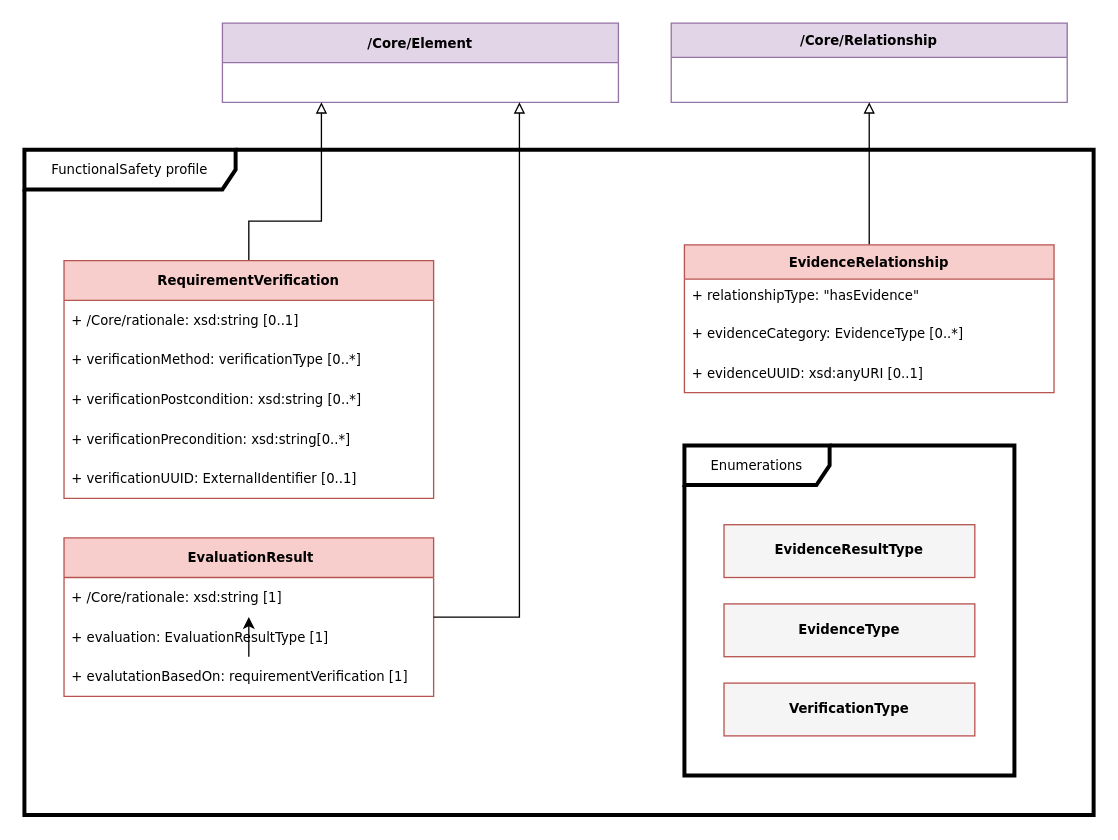
Above: page "FunctionalSafety" (13 of 13) of docs/model.drawio in spdx/spdx-3-model (draw.io), before the change. Source tidied: cells renumbered, new cells numbered last; positions are measured from the earlier drawing's top-left corner, leaving out a move shared by most shapes. Both pictures are drawn from the tidied source at 132%, with x=0, y=0 at pixel (24, 22).
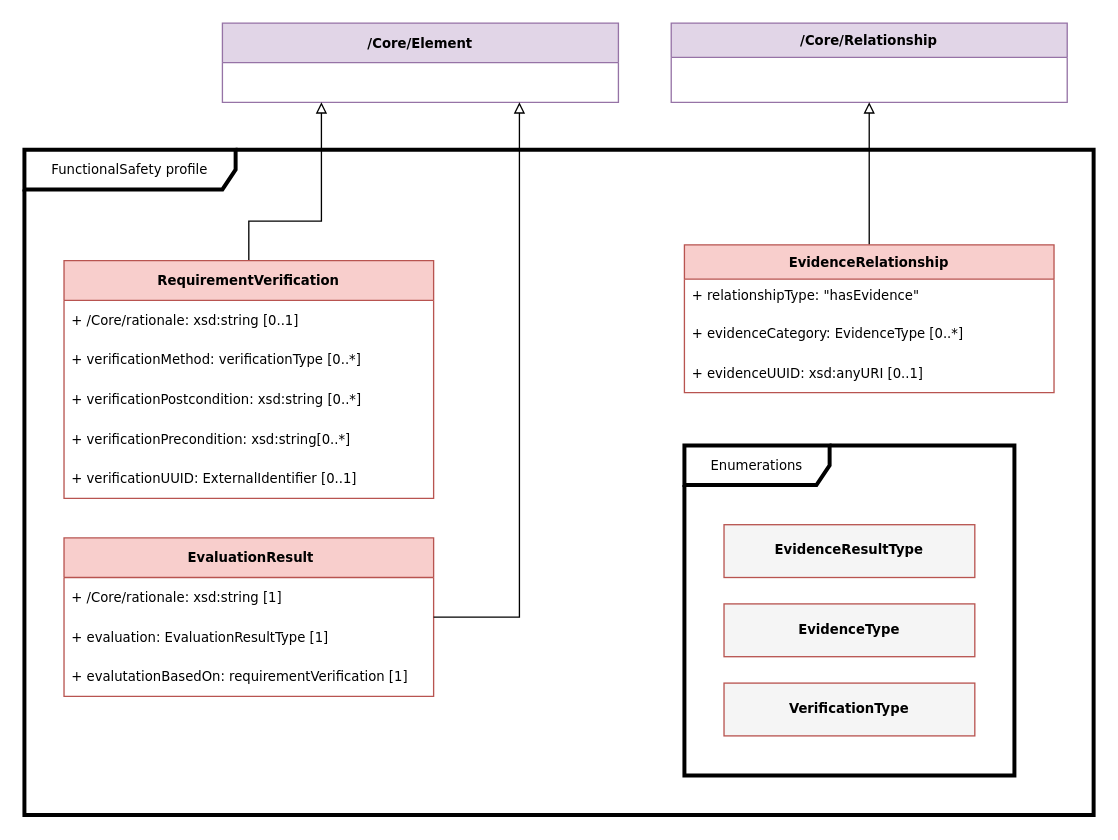
Above is the later version.

Commit message:
Remove an extra arrow in FuSa

The change refers to these unchanged cells:
```xml
<mxCell id="8" value="&lt;b&gt;&amp;nbsp;EvaluationResult&lt;/b&gt;" style="swimlane;fontStyle=0;horizontal=1;startSize=30;whiteSpace=wrap;html=1;fillColor=#f8cecc;strokeColor=#b85450;fontFamily=Verdana;fontSize=10;" parent="6" vertex="1">
  <mxGeometry x="30" y="294" width="280" height="120" as="geometry" />
</mxCell>
<mxCell id="9" value="+ /Core/rationale: xsd:string [1]&amp;nbsp;" style="text;strokeColor=none;fillColor=none;align=left;verticalAlign=middle;spacingLeft=4;spacingRight=4;overflow=hidden;points=[[0,0.5],[1,0.5]];portConstraint=eastwest;whiteSpace=wrap;html=1;fontSize=10;fontFamily=Verdana;" parent="8" vertex="1">
  <mxGeometry y="30" width="280" height="30" as="geometry" />
</mxCell>
<mxCell id="12" value="&lt;span style=&quot;color: rgb(0, 0, 0); font-style: normal; font-variant-ligatures: normal; font-variant-caps: normal; font-weight: 400; letter-spacing: normal; text-align: left; text-indent: 0px; text-transform: none; word-spacing: 0px; -webkit-text-stroke-width: 0px; white-space: normal; text-decoration-thickness: initial; text-decoration-style: initial; text-decoration-color: initial; float: none; display: inline !important;&quot;&gt;+ evalutationBasedOn: requirementVerification [1]&amp;nbsp;&lt;/span&gt;" style="text;strokeColor=none;fillColor=none;align=left;verticalAlign=middle;spacingLeft=4;spacingRight=4;overflow=hidden;points=[[0,0.5],[1,0.5]];portConstraint=eastwest;whiteSpace=wrap;html=1;fontSize=10;fontFamily=Verdana;" parent="8" vertex="1">
  <mxGeometry y="90" width="280" height="30" as="geometry" />
</mxCell>
```

Diff of the diagram source:
```diff
@@
-    <mxCell id="11" style="endArrow=classic;html=1;rounded=0;" parent="8" edge="1" source="12" target="9">
-      <mxGeometry relative="1" as="geometry" />
-    </mxCell>
```
